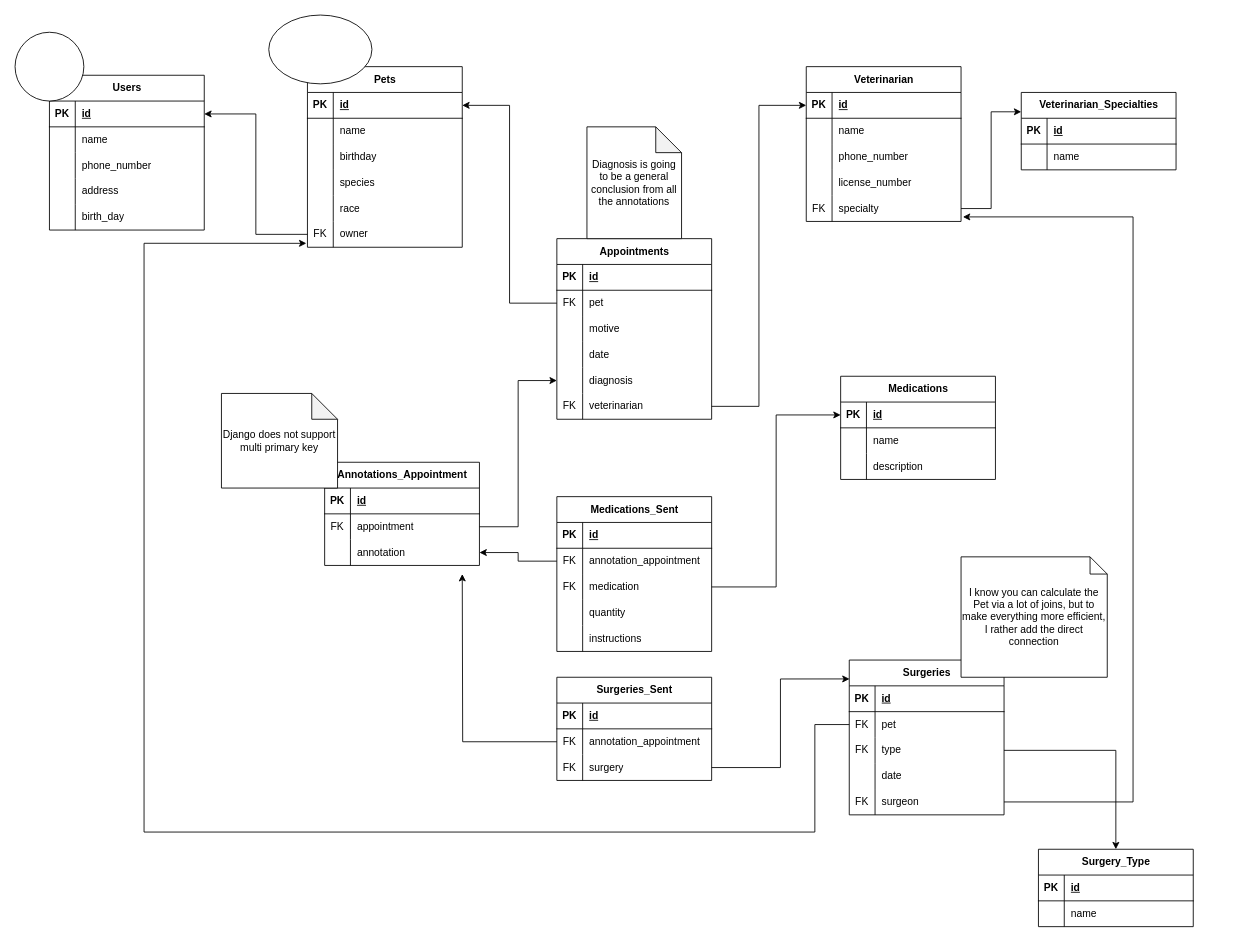
Above: DB_diagram.drawio in Laughcheeta1/VeterinaryPythonPracticalCourse (draw.io), before the change. Source tidied: cells renumbered, new cells numbered last; positions are measured from the earlier drawing's top-left corner, leaving out a move shared by most shapes. Both pictures are drawn from the tidied source at 86%, with x=0, y=0 at pixel (15, 15).
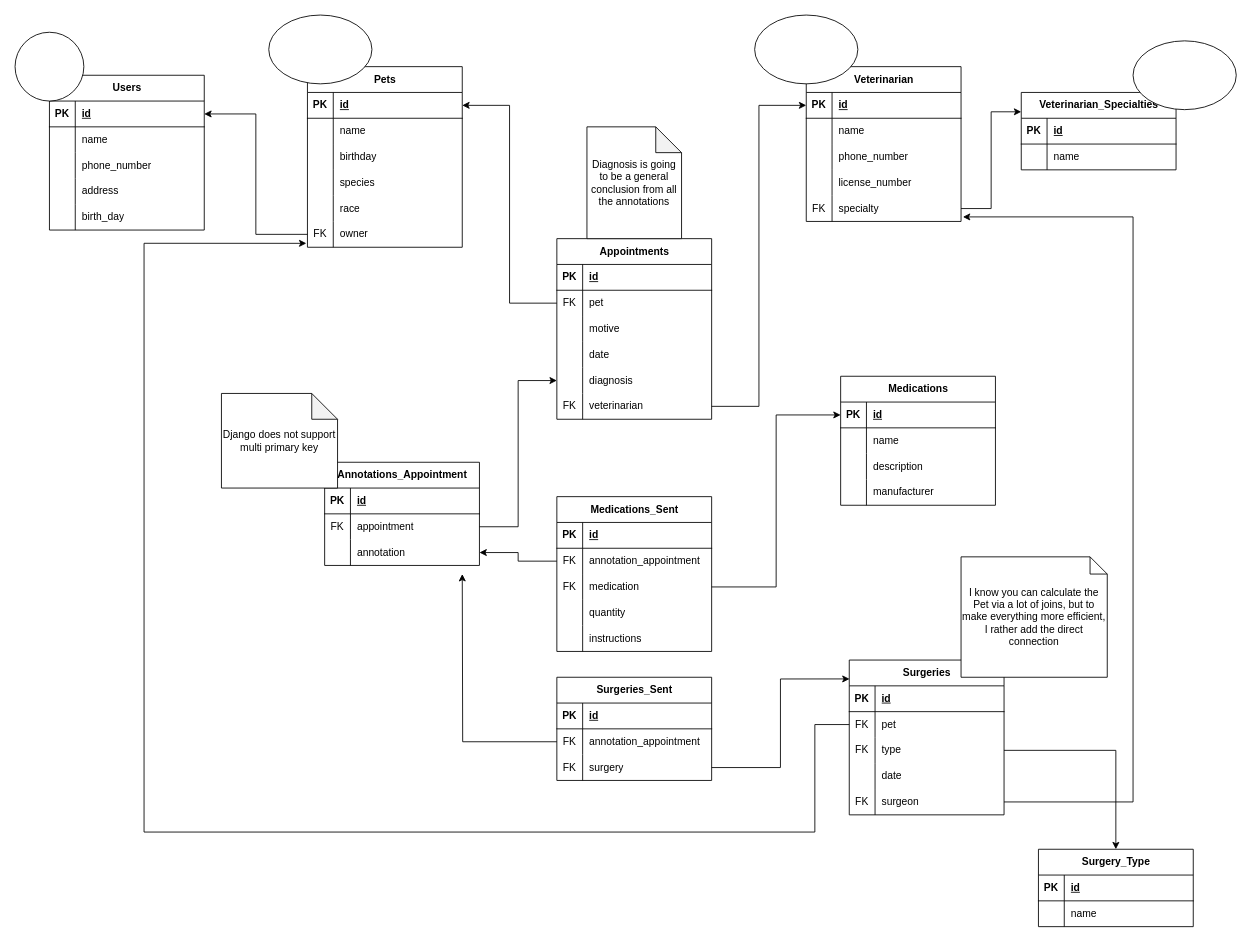
Above is the later version.

Commit message (it also covers changes not shown here):
Added __str__ to veterinary

The edit, as a diff of the source:
```diff
@@
     <mxCell id="53" value="Medications" style="shape=table;startSize=30;childLayout=tableLayout;rowLines=0;fontStyle=1;align=center;html=1;" parent="1" vertex="1">
-      <mxGeometry x="960" y="420" width="180" height="120" as="geometry" />
+      <mxGeometry x="960" y="420" width="180" height="150" as="geometry" />
     </mxCell>
@@
+    <mxCell id="165" style="shape=tableRow;horizontal=0;startSize=0;swimlaneHead=0;swimlaneBody=0;fillColor=none;top=0;left=0;right=0;bottom=0;" parent="53" vertex="1">
+      <mxGeometry y="120" width="180" height="30" as="geometry" />
+    </mxCell>
+    <mxCell id="166" style="shape=partialRectangle;fillColor=none;top=0;left=0;bottom=0;right=0;overflow=hidden;whiteSpace=wrap;html=1;" parent="165" vertex="1">
+      <mxGeometry width="30" height="30" as="geometry" />
+    </mxCell>
+    <mxCell id="167" value="manufacturer" style="shape=partialRectangle;fillColor=none;top=0;left=0;bottom=0;right=0;align=left;spacingLeft=6;overflow=hidden;whiteSpace=wrap;html=1;" parent="165" vertex="1">
+      <mxGeometry x="30" width="150" height="30" as="geometry" />
+    </mxCell>
@@
+    <mxCell id="168" style="ellipse;whiteSpace=wrap;html=1;" parent="1" vertex="1">
+      <mxGeometry x="860" width="120" height="80" as="geometry" />
+    </mxCell>
+    <mxCell id="169" style="ellipse;whiteSpace=wrap;html=1;" parent="1" vertex="1">
+      <mxGeometry x="1300" y="30" width="120" height="80" as="geometry" />
+    </mxCell>
```
